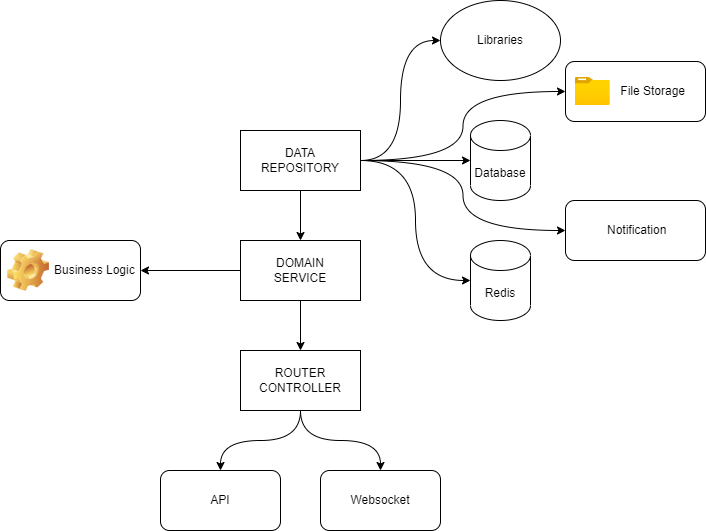
This is diagram.png from ericmarcelinotju/gram, a draw.io export, as it was before one commit. Source tidied: cells renumbered, new cells last; positions are measured from the earlier drawing's top-left corner, leaving out a move shared by most shapes.
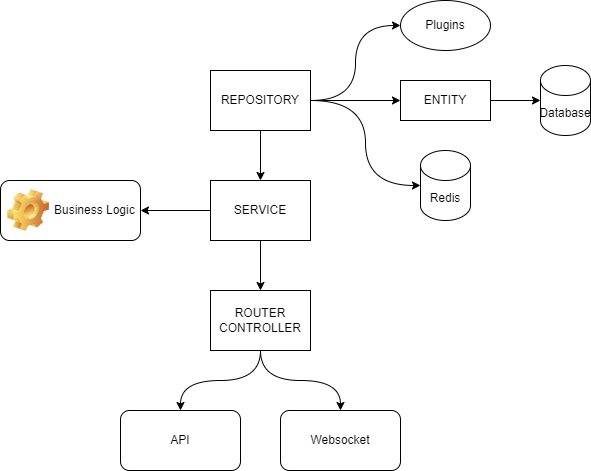
Above is the later version.

Change to the diagram source:
```diff
@@ -5,23 +5,17 @@
     <mxCell id="2" style="rounded=0;jettySize=auto;html=1;exitX=1;exitY=0.5;exitDx=0;exitDy=0;entryX=0;entryY=0.5;entryDx=0;entryDy=0;edgeStyle=orthogonalEdgeStyle;curved=1;" parent="1" edge="1" source="8" target="17">
       <mxGeometry relative="1" as="geometry" />
     </mxCell>
-    <mxCell id="3" style="edgeStyle=none;rounded=0;jettySize=auto;html=1;exitX=1;exitY=0.5;exitDx=0;exitDy=0;" parent="1" edge="1" source="8" target="15">
-      <mxGeometry relative="1" as="geometry" />
-    </mxCell>
     <mxCell id="4" style="edgeStyle=orthogonalEdgeStyle;rounded=0;jettySize=auto;html=1;exitX=1;exitY=0.5;exitDx=0;exitDy=0;entryX=0;entryY=0.5;entryDx=0;entryDy=0;entryPerimeter=0;curved=1;" parent="1" edge="1" source="8" target="16">
       <mxGeometry relative="1" as="geometry" />
     </mxCell>
     <mxCell id="5" style="edgeStyle=none;rounded=0;jettySize=auto;html=1;exitX=0.5;exitY=1;exitDx=0;exitDy=0;entryX=0.5;entryY=0;entryDx=0;entryDy=0;" parent="1" edge="1" source="8" target="11">
       <mxGeometry relative="1" as="geometry" />
     </mxCell>
-    <mxCell id="6" style="edgeStyle=orthogonalEdgeStyle;rounded=0;jettySize=auto;html=1;exitX=1;exitY=0.5;exitDx=0;exitDy=0;entryX=0;entryY=0.5;entryDx=0;entryDy=0;curved=1;" parent="1" edge="1" source="8" target="20">
-      <mxGeometry relative="1" as="geometry" />
-    </mxCell>
-    <mxCell id="7" style="edgeStyle=orthogonalEdgeStyle;curved=1;rounded=0;jettySize=auto;html=1;exitX=1;exitY=0.5;exitDx=0;exitDy=0;entryX=0;entryY=0.5;entryDx=0;entryDy=0;" parent="1" edge="1" source="8" target="25">
-      <mxGeometry relative="1" as="geometry" />
-    </mxCell>
+    <mxCell id="26" style="edgeStyle=orthogonalEdgeStyle;rounded=0;jettySize=auto;html=1;exitX=1;exitY=0.5;exitDx=0;exitDy=0;entryX=0;entryY=0.5;entryDx=0;entryDy=0;" parent="1" edge="1" source="8" target="27">
+      <mxGeometry relative="1" as="geometry" />
+    </mxCell>
-    <mxCell id="8" value="DATA&lt;br&gt;REPOSITORY" style="rounded=0;whiteSpace=wrap;html=1;" parent="1" vertex="1">
-      <mxGeometry x="240" y="130" width="120" height="60" as="geometry" />
+    <mxCell id="8" value="REPOSITORY" style="rounded=0;whiteSpace=wrap;html=1;" parent="1" vertex="1">
+      <mxGeometry x="250" y="130" width="100" height="60" as="geometry" />
     </mxCell>
     <mxCell id="9" style="edgeStyle=none;rounded=0;jettySize=auto;html=1;exitX=0.5;exitY=1;exitDx=0;exitDy=0;entryX=0.5;entryY=0;entryDx=0;entryDy=0;" parent="1" edge="1" source="11" target="14">
       <mxGeometry relative="1" as="geometry" />
@@ -29,8 +23,8 @@
     <mxCell id="10" style="edgeStyle=none;rounded=0;jettySize=auto;html=1;exitX=0;exitY=0.5;exitDx=0;exitDy=0;entryX=1;entryY=0.5;entryDx=0;entryDy=0;" parent="1" edge="1" source="11" target="18">
       <mxGeometry relative="1" as="geometry" />
     </mxCell>
-    <mxCell id="11" value="DOMAIN&lt;br&gt;SERVICE" style="rounded=0;whiteSpace=wrap;html=1;" parent="1" vertex="1">
-      <mxGeometry x="240" y="240" width="120" height="60" as="geometry" />
+    <mxCell id="11" value="SERVICE" style="rounded=0;whiteSpace=wrap;html=1;" parent="1" vertex="1">
+      <mxGeometry x="250" y="240" width="100" height="60" as="geometry" />
     </mxCell>
     <mxCell id="12" style="edgeStyle=orthogonalEdgeStyle;curved=1;rounded=0;jettySize=auto;html=1;exitX=0.5;exitY=1;exitDx=0;exitDy=0;entryX=0.5;entryY=0;entryDx=0;entryDy=0;" parent="1" edge="1" source="14" target="23">
       <mxGeometry relative="1" as="geometry" />
@@ -39,40 +33,31 @@
       <mxGeometry relative="1" as="geometry" />
     </mxCell>
     <mxCell id="14" value="ROUTER&lt;br&gt;CONTROLLER" style="rounded=0;whiteSpace=wrap;html=1;" parent="1" vertex="1">
-      <mxGeometry x="240" y="350" width="120" height="60" as="geometry" />
+      <mxGeometry x="250" y="350" width="100" height="60" as="geometry" />
     </mxCell>
     <mxCell id="15" value="Database" style="shape=cylinder3;whiteSpace=wrap;html=1;boundedLbl=1;backgroundOutline=1;size=15;" parent="1" vertex="1">
-      <mxGeometry x="470" y="120" width="60" height="80" as="geometry" />
+      <mxGeometry x="580" y="125" width="50" height="70" as="geometry" />
     </mxCell>
     <mxCell id="16" value="Redis" style="shape=cylinder3;whiteSpace=wrap;html=1;boundedLbl=1;backgroundOutline=1;size=15;" parent="1" vertex="1">
-      <mxGeometry x="470" y="240" width="60" height="80" as="geometry" />
+      <mxGeometry x="460" y="210" width="50" height="70" as="geometry" />
     </mxCell>
-    <mxCell id="17" value="Libraries" style="ellipse;whiteSpace=wrap;html=1;" parent="1" vertex="1">
-      <mxGeometry x="440" width="120" height="80" as="geometry" />
+    <mxCell id="17" value="Plugins" style="ellipse;whiteSpace=wrap;html=1;" parent="1" vertex="1">
+      <mxGeometry x="440" y="60" width="90" height="50" as="geometry" />
     </mxCell>
     <mxCell id="18" value="&lt;span style=&quot;font-weight: normal;&quot;&gt;Business Logic&lt;/span&gt;" style="label;whiteSpace=wrap;html=1;image=img/clipart/Gear_128x128.png;" parent="1" vertex="1">
-      <mxGeometry y="240" width="140" height="60" as="geometry" />
+      <mxGeometry x="40" y="240" width="140" height="60" as="geometry" />
     </mxCell>
-    <mxCell id="19" style="group;" parent="1" vertex="1">
-      <mxGeometry x="565" y="61" width="140" height="60" as="geometry" />
-    </mxCell>
-    <mxCell id="20" value="&lt;span style=&quot;white-space: pre;&quot;&gt;&#9;&lt;/span&gt;&lt;span style=&quot;white-space: pre;&quot;&gt;&#9;&lt;/span&gt;File Storage" style="rounded=1;whiteSpace=wrap;html=1;align=left;" parent="19" vertex="1">
-      <mxGeometry width="140" height="60" as="geometry" />
-    </mxCell>
-    <mxCell id="21" style="html=1;align=center;image;fontSize=12;image=img/lib/azure2/general/Folder_Blank.svg;" parent="19" vertex="1">
-      <mxGeometry x="10" y="16" width="34.5" height="28" as="geometry" />
-    </mxCell>
     <mxCell id="22" value="Websocket" style="rounded=1;whiteSpace=wrap;html=1;" parent="1" vertex="1">
       <mxGeometry x="320" y="470" width="120" height="60" as="geometry" />
     </mxCell>
     <mxCell id="23" value="API" style="rounded=1;whiteSpace=wrap;html=1;" parent="1" vertex="1">
       <mxGeometry x="160" y="470" width="120" height="60" as="geometry" />
     </mxCell>
-    <mxCell id="24" style="group;" parent="1" vertex="1">
-      <mxGeometry x="565" y="200" width="140" height="60" as="geometry" />
-    </mxCell>
-    <mxCell id="25" value="&amp;nbsp;Notification" style="rounded=1;whiteSpace=wrap;html=1;align=center;" parent="24" vertex="1">
-      <mxGeometry width="140" height="60" as="geometry" />
-    </mxCell>
+    <mxCell id="27" value="ENTITY" style="rounded=0;whiteSpace=wrap;html=1;" parent="1" vertex="1">
+      <mxGeometry x="440" y="140" width="90" height="40" as="geometry" />
+    </mxCell>
+    <mxCell id="28" style="edgeStyle=orthogonalEdgeStyle;rounded=0;jettySize=auto;html=1;exitX=1;exitY=0.5;exitDx=0;exitDy=0;entryX=0;entryY=0.5;entryDx=0;entryDy=0;entryPerimeter=0;" parent="1" edge="1" source="27" target="15">
+      <mxGeometry relative="1" as="geometry" />
+    </mxCell>
   </root>
 </mxGraphModel>
```
